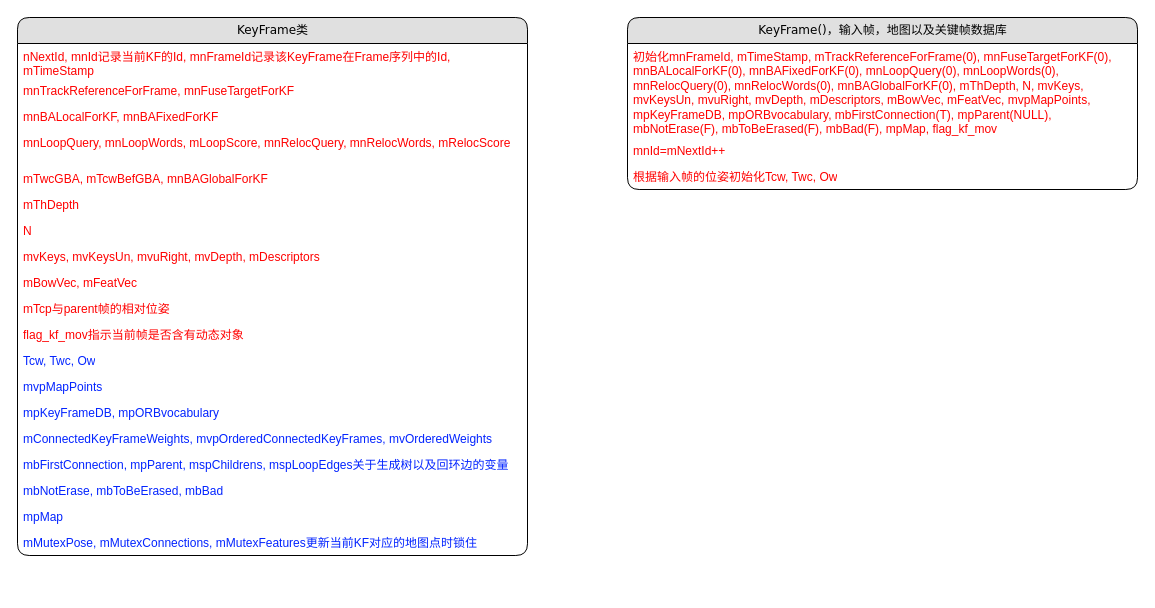
gtx818/visual-SLAM keeps this draw.io diagram as page "KeyFrame" (12 of 13) of Untitled Diagram.drawio. Above is the earlier version. Source tidied: cells renumbered, new cells numbered last; positions are measured from the earlier drawing's top-left corner, leaving out a move shared by most shapes. Both pictures are drawn from the tidied source at 100%, with x=0, y=0 at pixel (17, 17).
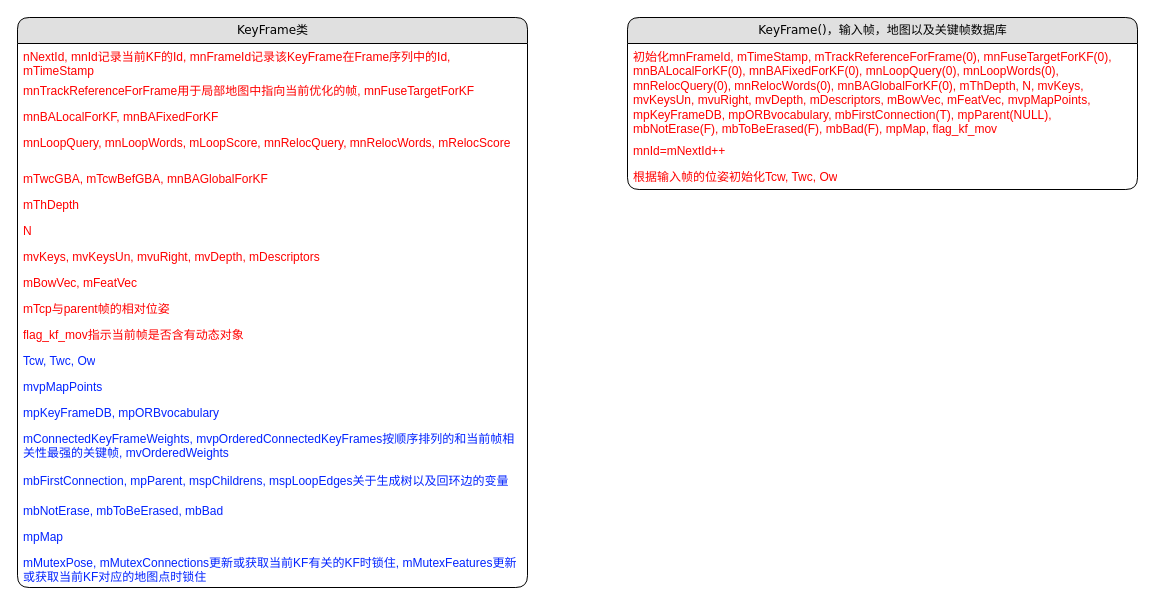
The same diagram, later.

Diff of the diagram source:
```diff
@@
     <mxCell id="2" value="KeyFrame类" style="swimlane;html=1;fontStyle=0;horizontal=1;startSize=26;fillColor=#e0e0e0;swimlaneFillColor=#ffffff;align=center;rounded=1;shadow=0;comic=0;labelBackgroundColor=none;strokeWidth=1;fontFamily=Verdana;fontSize=12;" parent="1" vertex="1">
-      <mxGeometry width="510" height="538" as="geometry" />
+      <mxGeometry width="510" height="570" as="geometry" />
     </mxCell>
@@
-    <mxCell id="4" value="mnTrackReferenceForFrame, mnFuseTargetForKF" style="text;html=1;strokeColor=none;fillColor=none;spacingLeft=4;spacingRight=4;whiteSpace=wrap;overflow=hidden;fontColor=#FF0000;" parent="2" vertex="1">
+    <mxCell id="4" value="mnTrackReferenceForFrame用于局部地图中指向当前优化的帧, mnFuseTargetForKF" style="text;html=1;strokeColor=none;fillColor=none;spacingLeft=4;spacingRight=4;whiteSpace=wrap;overflow=hidden;fontColor=#FF0000;" parent="2" vertex="1">
       <mxGeometry y="60" width="510" height="26" as="geometry" />
     </mxCell>
@@
-    <mxCell id="17" value="&lt;font&gt;mConnectedKeyFrameWeights, mvpOrderedConnectedKeyFrames, mvOrderedWeights&lt;/font&gt;" style="text;html=1;strokeColor=none;fillColor=none;spacingLeft=4;spacingRight=4;whiteSpace=wrap;overflow=hidden;fontColor=#0324FF;" parent="2" vertex="1">
-      <mxGeometry y="408" width="510" height="26" as="geometry" />
+    <mxCell id="17" value="&lt;font&gt;mConnectedKeyFrameWeights, mvpOrderedConnectedKeyFrames按顺序排列的和当前帧相关性最强的关键帧, mvOrderedWeights&lt;/font&gt;" style="text;html=1;strokeColor=none;fillColor=none;spacingLeft=4;spacingRight=4;whiteSpace=wrap;overflow=hidden;fontColor=#0324FF;" parent="2" vertex="1">
+      <mxGeometry y="408" width="510" height="42" as="geometry" />
     </mxCell>
     <mxCell id="18" value="&lt;font&gt;mbFirstConnection, mpParent, mspChildrens, mspLoopEdges关于生成树以及回环边的变量&lt;/font&gt;" style="text;html=1;strokeColor=none;fillColor=none;spacingLeft=4;spacingRight=4;whiteSpace=wrap;overflow=hidden;fontColor=#0324FF;" parent="2" vertex="1">
-      <mxGeometry y="434" width="510" height="26" as="geometry" />
+      <mxGeometry y="450" width="510" height="30" as="geometry" />
     </mxCell>
     <mxCell id="19" value="&lt;font&gt;mbNotErase, mbToBeErased, mbBad&lt;/font&gt;" style="text;html=1;strokeColor=none;fillColor=none;spacingLeft=4;spacingRight=4;whiteSpace=wrap;overflow=hidden;fontColor=#0324FF;" parent="2" vertex="1">
-      <mxGeometry y="460" width="510" height="26" as="geometry" />
+      <mxGeometry y="480" width="510" height="26" as="geometry" />
     </mxCell>
     <mxCell id="20" value="&lt;font&gt;mpMap&lt;/font&gt;" style="text;html=1;strokeColor=none;fillColor=none;spacingLeft=4;spacingRight=4;whiteSpace=wrap;overflow=hidden;fontColor=#0324FF;" parent="2" vertex="1">
-      <mxGeometry y="486" width="510" height="26" as="geometry" />
+      <mxGeometry y="506" width="510" height="26" as="geometry" />
     </mxCell>
-    <mxCell id="21" value="&lt;font&gt;mMutexPose, mMutexConnections, mMutexFeatures更新当前KF对应的地图点时锁住&lt;/font&gt;" style="text;html=1;strokeColor=none;fillColor=none;spacingLeft=4;spacingRight=4;whiteSpace=wrap;overflow=hidden;fontColor=#0324FF;" parent="2" vertex="1">
-      <mxGeometry y="512" width="510" height="26" as="geometry" />
+    <mxCell id="21" value="&lt;font&gt;mMutexPose, mMutexConnections更新或获取当前KF有关的KF时锁住, mMutexFeatures更新或获取当前KF对应的地图点时锁住&lt;/font&gt;" style="text;html=1;strokeColor=none;fillColor=none;spacingLeft=4;spacingRight=4;whiteSpace=wrap;overflow=hidden;fontColor=#0324FF;" parent="2" vertex="1">
+      <mxGeometry y="532" width="510" height="38" as="geometry" />
     </mxCell>
```
